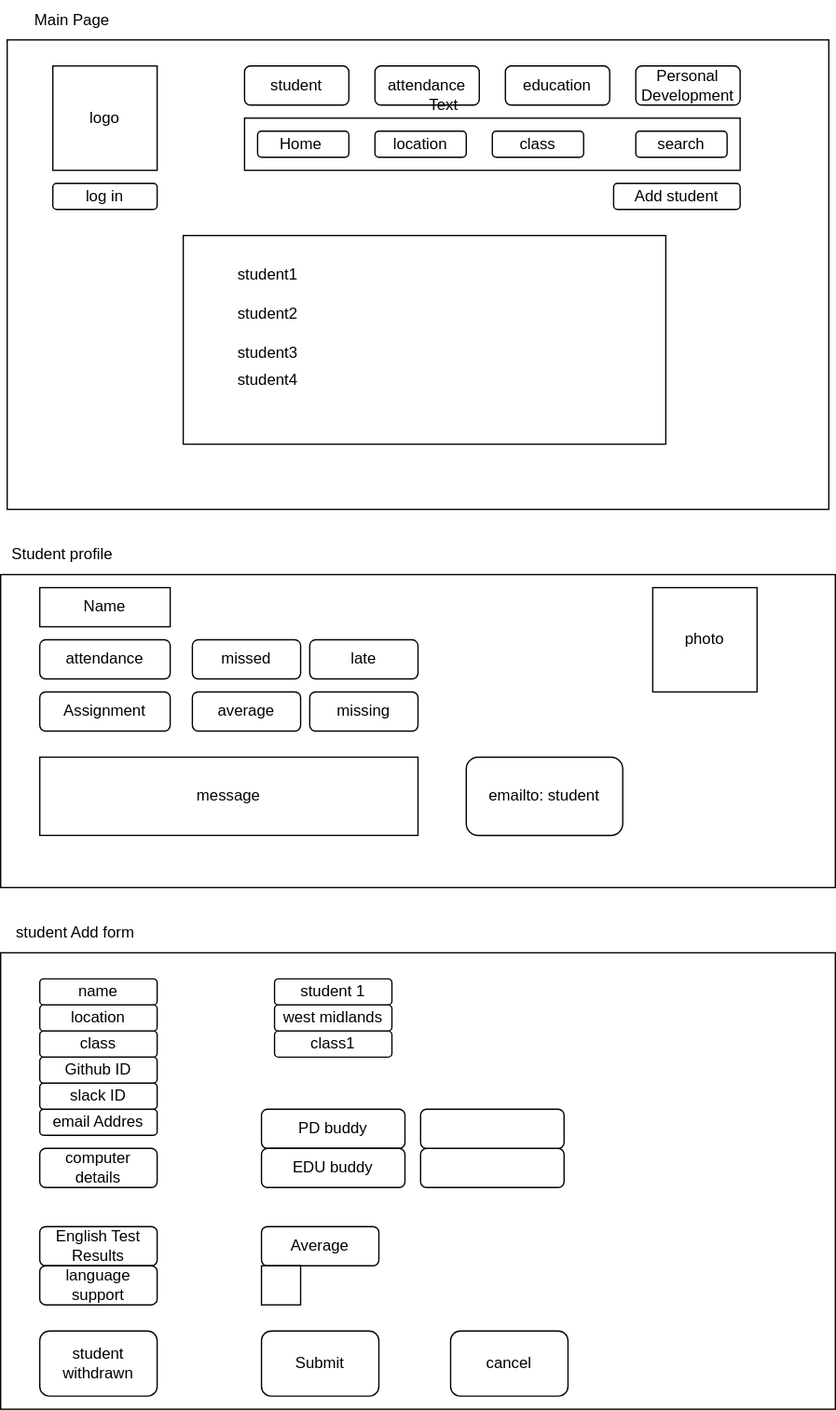
Earlier version of the draw.io export Untitled Diagram.svg (bireworld/basic-webpage). Source tidied: cells renumbered, new cells last; positions are measured from the earlier drawing's top-left corner, leaving out a move shared by most shapes. Its diagram source:
```xml
<mxGraphModel>
  <root>
    <mxCell id="0" />
    <mxCell id="1" parent="0" />
    <mxCell id="2" style="rounded=0;whiteSpace=wrap;html=1;" parent="1" vertex="1">
      <mxGeometry x="5" y="30" width="630" height="360" as="geometry" />
    </mxCell>
    <mxCell id="3" value="logo" style="whiteSpace=wrap;html=1;" parent="1" vertex="1">
      <mxGeometry x="40" y="50" width="80" height="80" as="geometry" />
    </mxCell>
    <mxCell id="4" value="student" style="rounded=1;whiteSpace=wrap;html=1;" parent="1" vertex="1">
      <mxGeometry x="187" y="50" width="80" height="30" as="geometry" />
    </mxCell>
    <mxCell id="5" value="attendance" style="rounded=1;whiteSpace=wrap;html=1;" parent="1" vertex="1">
      <mxGeometry x="287" y="50" width="80" height="30" as="geometry" />
    </mxCell>
    <mxCell id="6" value="education" style="rounded=1;whiteSpace=wrap;html=1;" parent="1" vertex="1">
      <mxGeometry x="387" y="50" width="80" height="30" as="geometry" />
    </mxCell>
    <mxCell id="7" value="Personal Development" style="rounded=1;whiteSpace=wrap;html=1;" parent="1" vertex="1">
      <mxGeometry x="487" y="50" width="80" height="30" as="geometry" />
    </mxCell>
    <mxCell id="8" style="rounded=0;whiteSpace=wrap;html=1;" parent="1" vertex="1">
      <mxGeometry x="187" y="90" width="380" height="40" as="geometry" />
    </mxCell>
    <mxCell id="9" value="Home&amp;nbsp;" style="rounded=1;whiteSpace=wrap;html=1;" parent="1" vertex="1">
      <mxGeometry x="197" y="100" width="70" height="20" as="geometry" />
    </mxCell>
    <mxCell id="10" value="location" style="rounded=1;whiteSpace=wrap;html=1;" parent="1" vertex="1">
      <mxGeometry x="287" y="100" width="70" height="20" as="geometry" />
    </mxCell>
    <mxCell id="11" value="class" style="rounded=1;whiteSpace=wrap;html=1;" parent="1" vertex="1">
      <mxGeometry x="377" y="100" width="70" height="20" as="geometry" />
    </mxCell>
    <mxCell id="12" value="search" style="rounded=1;whiteSpace=wrap;html=1;" parent="1" vertex="1">
      <mxGeometry x="487" y="100" width="70" height="20" as="geometry" />
    </mxCell>
    <mxCell id="13" value="log in" style="rounded=1;whiteSpace=wrap;html=1;" parent="1" vertex="1">
      <mxGeometry x="40" y="140" width="80" height="20" as="geometry" />
    </mxCell>
    <mxCell id="14" value="Add student" style="rounded=1;whiteSpace=wrap;html=1;" parent="1" vertex="1">
      <mxGeometry x="470" y="140" width="97" height="20" as="geometry" />
    </mxCell>
    <mxCell id="15" style="rounded=0;whiteSpace=wrap;html=1;" parent="1" vertex="1">
      <mxGeometry x="140" y="180" width="370" height="160" as="geometry" />
    </mxCell>
    <mxCell id="16" style="rounded=0;whiteSpace=wrap;html=1;" parent="1" vertex="1">
      <mxGeometry y="440" width="640" height="240" as="geometry" />
    </mxCell>
    <mxCell id="17" value="Text" style="text;html=1;strokeColor=none;fillColor=none;align=center;verticalAlign=middle;whiteSpace=wrap;rounded=0;" parent="1" vertex="1">
      <mxGeometry x="320" y="70" width="40" height="20" as="geometry" />
    </mxCell>
    <mxCell id="18" value="Main Page" style="text;html=1;strokeColor=none;fillColor=none;align=center;verticalAlign=middle;whiteSpace=wrap;rounded=0;" parent="1" vertex="1">
      <mxGeometry x="5" width="100" height="30" as="geometry" />
    </mxCell>
    <mxCell id="19" value="Student profile" style="text;html=1;strokeColor=none;fillColor=none;align=center;verticalAlign=middle;whiteSpace=wrap;rounded=0;" parent="1" vertex="1">
      <mxGeometry x="5" y="410" width="85" height="30" as="geometry" />
    </mxCell>
    <mxCell id="20" value="Name" style="rounded=0;whiteSpace=wrap;html=1;" parent="1" vertex="1">
      <mxGeometry x="30" y="450" width="100" height="30" as="geometry" />
    </mxCell>
    <mxCell id="21" value="attendance" style="rounded=1;whiteSpace=wrap;html=1;" parent="1" vertex="1">
      <mxGeometry x="30" y="490" width="100" height="30" as="geometry" />
    </mxCell>
    <mxCell id="22" value="missed" style="rounded=1;whiteSpace=wrap;html=1;" parent="1" vertex="1">
      <mxGeometry x="147" y="490" width="83" height="30" as="geometry" />
    </mxCell>
    <mxCell id="23" value="late" style="rounded=1;whiteSpace=wrap;html=1;" parent="1" vertex="1">
      <mxGeometry x="237" y="490" width="83" height="30" as="geometry" />
    </mxCell>
    <mxCell id="24" value="Assignment" style="rounded=1;whiteSpace=wrap;html=1;" parent="1" vertex="1">
      <mxGeometry x="30" y="530" width="100" height="30" as="geometry" />
    </mxCell>
    <mxCell id="25" value="average" style="rounded=1;whiteSpace=wrap;html=1;" parent="1" vertex="1">
      <mxGeometry x="147" y="530" width="83" height="30" as="geometry" />
    </mxCell>
    <mxCell id="26" value="missing" style="rounded=1;whiteSpace=wrap;html=1;" parent="1" vertex="1">
      <mxGeometry x="237" y="530" width="83" height="30" as="geometry" />
    </mxCell>
    <mxCell id="27" value="photo" style="whiteSpace=wrap;html=1;" parent="1" vertex="1">
      <mxGeometry x="500" y="450" width="80" height="80" as="geometry" />
    </mxCell>
    <mxCell id="28" value="message" style="rounded=0;whiteSpace=wrap;html=1;" parent="1" vertex="1">
      <mxGeometry x="30" y="580" width="290" height="60" as="geometry" />
    </mxCell>
    <mxCell id="29" value="emailto: student" style="rounded=1;whiteSpace=wrap;html=1;" parent="1" vertex="1">
      <mxGeometry x="357" y="580" width="120" height="60" as="geometry" />
    </mxCell>
    <mxCell id="30" style="rounded=0;whiteSpace=wrap;html=1;" parent="1" vertex="1">
      <mxGeometry y="730" width="640" height="350" as="geometry" />
    </mxCell>
    <mxCell id="31" value="student Add form" style="text;html=1;strokeColor=none;fillColor=none;align=center;verticalAlign=middle;whiteSpace=wrap;rounded=0;" parent="1" vertex="1">
      <mxGeometry x="5" y="700" width="105" height="30" as="geometry" />
    </mxCell>
    <mxCell id="32" value="name" style="rounded=1;whiteSpace=wrap;html=1;" parent="1" vertex="1">
      <mxGeometry x="30" y="750" width="90" height="20" as="geometry" />
    </mxCell>
    <mxCell id="33" value="location" style="rounded=1;whiteSpace=wrap;html=1;" parent="1" vertex="1">
      <mxGeometry x="30" y="770" width="90" height="20" as="geometry" />
    </mxCell>
    <mxCell id="34" value="class" style="rounded=1;whiteSpace=wrap;html=1;" parent="1" vertex="1">
      <mxGeometry x="30" y="790" width="90" height="20" as="geometry" />
    </mxCell>
    <mxCell id="35" value="email Addres" style="rounded=1;whiteSpace=wrap;html=1;" parent="1" vertex="1">
      <mxGeometry x="30" y="850" width="90" height="20" as="geometry" />
    </mxCell>
    <mxCell id="36" value="slack ID" style="rounded=1;whiteSpace=wrap;html=1;" parent="1" vertex="1">
      <mxGeometry x="30" y="830" width="90" height="20" as="geometry" />
    </mxCell>
    <mxCell id="37" value="Github ID" style="rounded=1;whiteSpace=wrap;html=1;" parent="1" vertex="1">
      <mxGeometry x="30" y="810" width="90" height="20" as="geometry" />
    </mxCell>
    <mxCell id="38" value="student 1" style="rounded=1;whiteSpace=wrap;html=1;" parent="1" vertex="1">
      <mxGeometry x="210" y="750" width="90" height="20" as="geometry" />
    </mxCell>
    <mxCell id="39" value="west midlands" style="rounded=1;whiteSpace=wrap;html=1;" parent="1" vertex="1">
      <mxGeometry x="210" y="770" width="90" height="20" as="geometry" />
    </mxCell>
    <mxCell id="40" value="class1" style="rounded=1;whiteSpace=wrap;html=1;" parent="1" vertex="1">
      <mxGeometry x="210" y="790" width="90" height="20" as="geometry" />
    </mxCell>
    <mxCell id="41" value="computer details" style="rounded=1;whiteSpace=wrap;html=1;" parent="1" vertex="1">
      <mxGeometry x="30" y="880" width="90" height="30" as="geometry" />
    </mxCell>
    <mxCell id="42" value="PD buddy" style="rounded=1;whiteSpace=wrap;html=1;" parent="1" vertex="1">
      <mxGeometry x="200" y="850" width="110" height="30" as="geometry" />
    </mxCell>
    <mxCell id="43" value="EDU buddy" style="rounded=1;whiteSpace=wrap;html=1;" parent="1" vertex="1">
      <mxGeometry x="200" y="880" width="110" height="30" as="geometry" />
    </mxCell>
    <mxCell id="44" style="rounded=1;whiteSpace=wrap;html=1;" parent="1" vertex="1">
      <mxGeometry x="322" y="880" width="110" height="30" as="geometry" />
    </mxCell>
    <mxCell id="45" style="rounded=1;whiteSpace=wrap;html=1;" parent="1" vertex="1">
      <mxGeometry x="322" y="850" width="110" height="30" as="geometry" />
    </mxCell>
    <mxCell id="46" value="English Test Results" style="rounded=1;whiteSpace=wrap;html=1;" parent="1" vertex="1">
      <mxGeometry x="30" y="940" width="90" height="30" as="geometry" />
    </mxCell>
    <mxCell id="47" value="Average" style="rounded=1;whiteSpace=wrap;html=1;" parent="1" vertex="1">
      <mxGeometry x="200" y="940" width="90" height="30" as="geometry" />
    </mxCell>
    <mxCell id="48" value="language support" style="rounded=1;whiteSpace=wrap;html=1;" parent="1" vertex="1">
      <mxGeometry x="30" y="970" width="90" height="30" as="geometry" />
    </mxCell>
    <mxCell id="49" style="whiteSpace=wrap;html=1;" parent="1" vertex="1">
      <mxGeometry x="200" y="970" width="30" height="30" as="geometry" />
    </mxCell>
    <mxCell id="50" value="student withdrawn" style="rounded=1;whiteSpace=wrap;html=1;" parent="1" vertex="1">
      <mxGeometry x="30" y="1020" width="90" height="50" as="geometry" />
    </mxCell>
    <mxCell id="51" value="Submit" style="rounded=1;whiteSpace=wrap;html=1;" parent="1" vertex="1">
      <mxGeometry x="200" y="1020" width="90" height="50" as="geometry" />
    </mxCell>
    <mxCell id="52" value="cancel" style="rounded=1;whiteSpace=wrap;html=1;" parent="1" vertex="1">
      <mxGeometry x="345" y="1020" width="90" height="50" as="geometry" />
    </mxCell>
    <mxCell id="53" value="student1" style="text;html=1;strokeColor=none;fillColor=none;align=center;verticalAlign=middle;whiteSpace=wrap;rounded=0;" parent="1" vertex="1">
      <mxGeometry x="168.5" y="200" width="71.5" height="20" as="geometry" />
    </mxCell>
    <mxCell id="54" value="student2" style="text;html=1;strokeColor=none;fillColor=none;align=center;verticalAlign=middle;whiteSpace=wrap;rounded=0;" parent="1" vertex="1">
      <mxGeometry x="168.5" y="230" width="71.5" height="20" as="geometry" />
    </mxCell>
    <mxCell id="55" value="student3" style="text;html=1;strokeColor=none;fillColor=none;align=center;verticalAlign=middle;whiteSpace=wrap;rounded=0;" parent="1" vertex="1">
      <mxGeometry x="168.5" y="260" width="71.5" height="20" as="geometry" />
    </mxCell>
    <mxCell id="56" value="student4" style="text;html=1;strokeColor=none;fillColor=none;align=center;verticalAlign=middle;whiteSpace=wrap;rounded=0;" parent="1" vertex="1">
      <mxGeometry x="168.5" y="281" width="71.5" height="20" as="geometry" />
    </mxCell>
  </root>
</mxGraphModel>
```
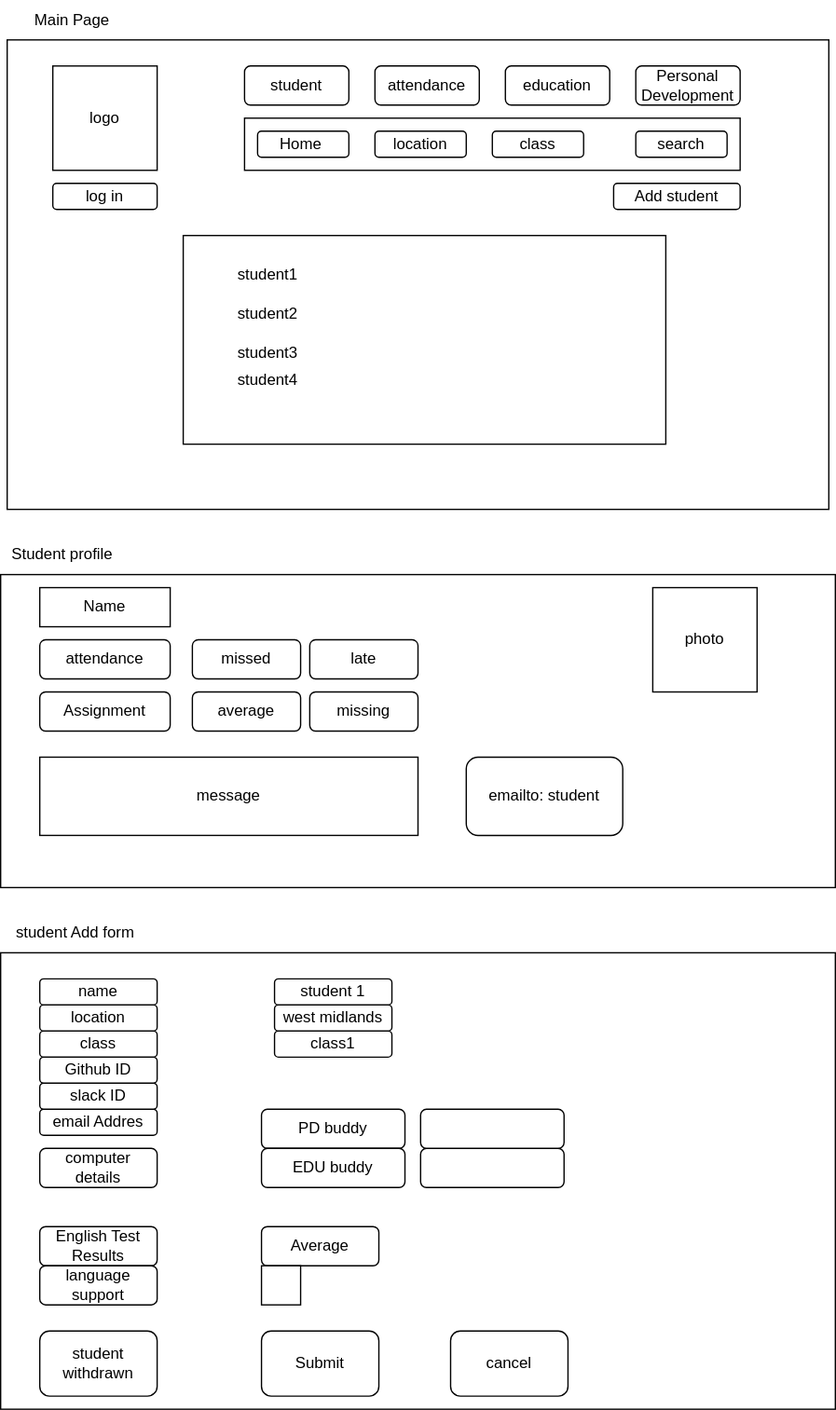
The same file after the commit.

Change to the diagram source:
```diff
@@ -47,9 +47,6 @@
     <mxCell id="16" style="rounded=0;whiteSpace=wrap;html=1;" parent="1" vertex="1">
       <mxGeometry y="440" width="640" height="240" as="geometry" />
     </mxCell>
-    <mxCell id="17" value="Text" style="text;html=1;strokeColor=none;fillColor=none;align=center;verticalAlign=middle;whiteSpace=wrap;rounded=0;" parent="1" vertex="1">
-      <mxGeometry x="320" y="70" width="40" height="20" as="geometry" />
-    </mxCell>
     <mxCell id="18" value="Main Page" style="text;html=1;strokeColor=none;fillColor=none;align=center;verticalAlign=middle;whiteSpace=wrap;rounded=0;" parent="1" vertex="1">
       <mxGeometry x="5" width="100" height="30" as="geometry" />
     </mxCell>
```
